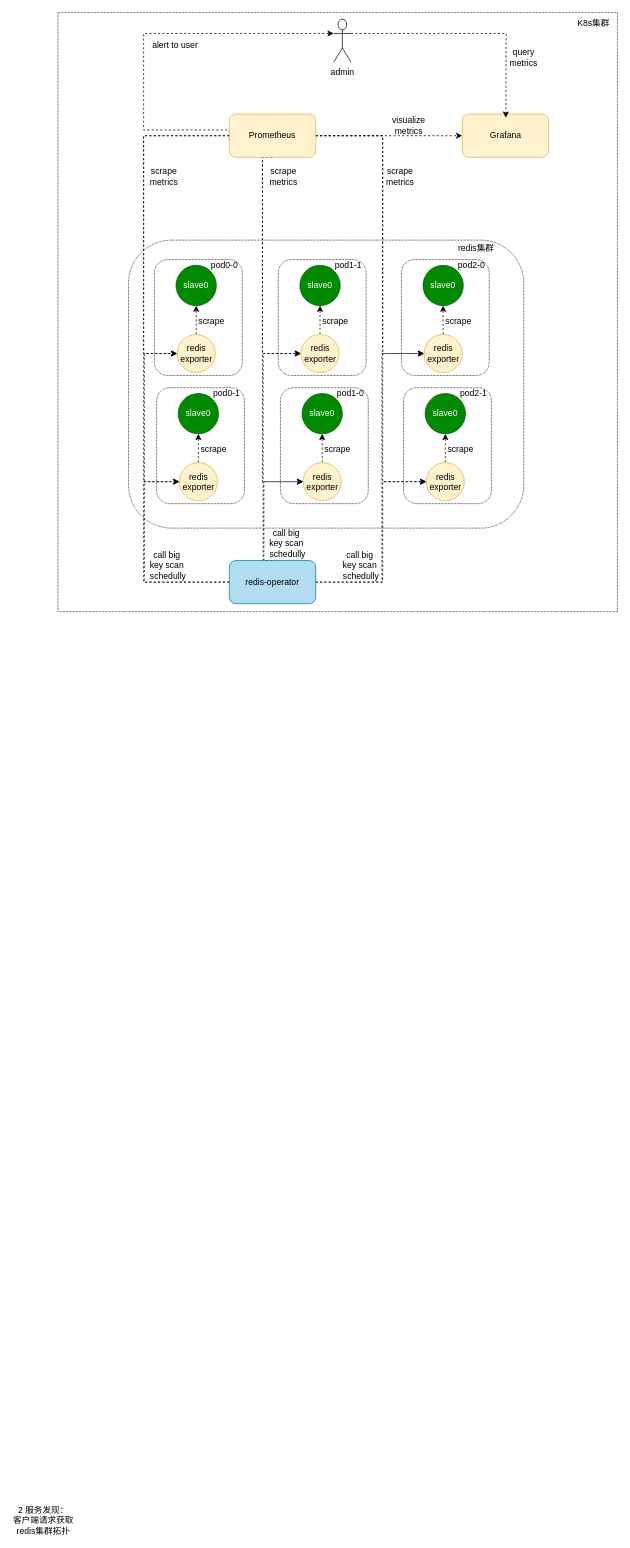
Earlier version of the draw.io diagram diagrams/ncr监控.drawio (fengyinqiao/cloudimg). Source tidied: cells renumbered, new cells numbered last; positions are measured from the earlier drawing's top-left corner, leaving out a move shared by most shapes. Both pictures are drawn from the tidied source at 72%, with x=0, y=0 at pixel (12, 12).
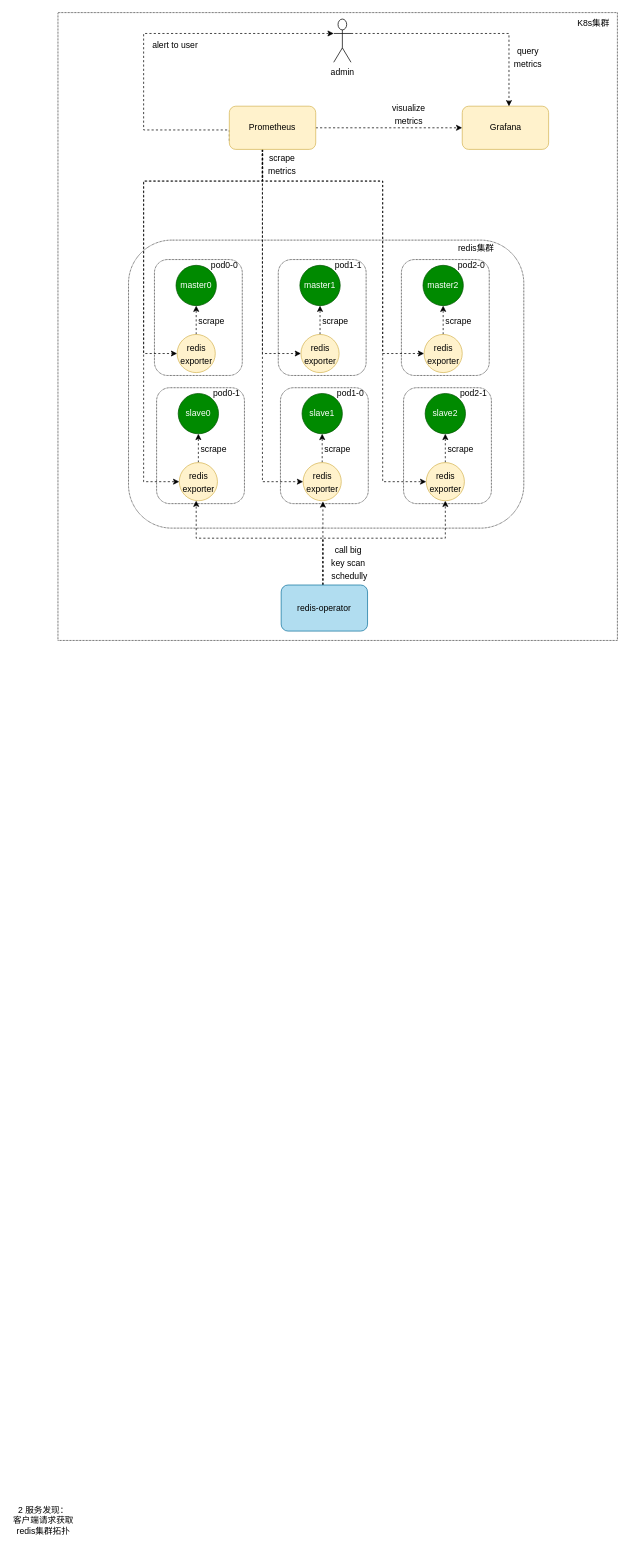
The same diagram, later.

Unchanged cells that the change refers to:
```xml
<mxCell id="69" value="admin" style="shape=umlActor;verticalLabelPosition=bottom;verticalAlign=top;html=1;outlineConnect=0;" parent="1" vertex="1">
  <mxGeometry x="446" y="9" width="24" height="60" as="geometry" />
</mxCell>
```

Diff of the diagram source:
```diff
@@
     <mxCell id="2" style="rounded=0;whiteSpace=wrap;html=1;fillColor=none;dashed=1;dashPattern=1 1;" parent="1" vertex="1">
-      <mxGeometry x="63" width="777" height="832" as="geometry" />
+      <mxGeometry x="63" width="777" height="872" as="geometry" />
     </mxCell>
@@
-    <mxCell id="7" style="edgeStyle=orthogonalEdgeStyle;rounded=0;jettySize=auto;html=1;exitX=0;exitY=0.5;exitDx=0;exitDy=0;entryX=0;entryY=0.5;entryDx=0;entryDy=0;dashed=1;" parent="1" edge="1" source="13" target="18">
+    <mxCell id="7" style="edgeStyle=orthogonalEdgeStyle;rounded=0;jettySize=auto;html=1;exitX=0.484;exitY=-0.003;exitDx=0;exitDy=0;dashed=1;exitPerimeter=0;" parent="1" edge="1" source="13" target="18">
       <mxGeometry relative="1" as="geometry">
         <Array as="points">
-          <mxPoint x="182" y="791" />
-          <mxPoint x="182" y="652" />
+          <mxPoint x="431" y="730" />
+          <mxPoint x="255" y="730" />
         </Array>
       </mxGeometry>
     </mxCell>
-    <mxCell id="8" style="edgeStyle=orthogonalEdgeStyle;rounded=0;jettySize=auto;html=1;exitX=0;exitY=0.5;exitDx=0;exitDy=0;entryX=0;entryY=0.5;entryDx=0;entryDy=0;dashed=1;" parent="1" edge="1" source="13" target="36">
-      <mxGeometry relative="1" as="geometry">
-        <Array as="points">
-          <mxPoint x="183" y="791" />
-          <mxPoint x="183" y="473" />
-        </Array>
-      </mxGeometry>
-    </mxCell>
-    <mxCell id="9" style="edgeStyle=orthogonalEdgeStyle;rounded=0;jettySize=auto;html=1;exitX=0.5;exitY=0;exitDx=0;exitDy=0;entryX=0;entryY=0.5;entryDx=0;entryDy=0;dashed=1;" parent="1" edge="1" source="13" target="42">
-      <mxGeometry relative="1" as="geometry">
-        <Array as="points">
-          <mxPoint x="348" y="761" />
-          <mxPoint x="348" y="474" />
-        </Array>
-      </mxGeometry>
-    </mxCell>
-    <mxCell id="10" style="edgeStyle=orthogonalEdgeStyle;rounded=0;jettySize=auto;html=1;exitX=0.5;exitY=0;exitDx=0;exitDy=0;entryX=0;entryY=0.5;entryDx=0;entryDy=0;dashed=1;" parent="1" edge="1" source="13" target="24">
+    <mxCell id="10" style="edgeStyle=orthogonalEdgeStyle;rounded=0;orthogonalLoop=1;jettySize=auto;html=1;dashed=1;" parent="1" edge="1">
       <mxGeometry relative="1" as="geometry">
+        <mxPoint x="431" y="795" as="sourcePoint" />
+        <mxPoint x="431" y="679" as="targetPoint" />
         <Array as="points">
-          <mxPoint x="349" y="761" />
-          <mxPoint x="349" y="652" />
+          <mxPoint x="431" y="795" />
         </Array>
       </mxGeometry>
     </mxCell>
-    <mxCell id="11" style="edgeStyle=orthogonalEdgeStyle;rounded=0;jettySize=auto;html=1;exitX=1;exitY=0.5;exitDx=0;exitDy=0;entryX=0;entryY=0.5;entryDx=0;entryDy=0;dashed=1;" parent="1" edge="1" source="13" target="30">
+    <mxCell id="11" style="edgeStyle=orthogonalEdgeStyle;rounded=0;jettySize=auto;html=1;exitX=0.482;exitY=-0.006;exitDx=0;exitDy=0;entryX=0.5;entryY=1;entryDx=0;entryDy=0;dashed=1;exitPerimeter=0;" parent="1" edge="1" source="13" target="30">
       <mxGeometry relative="1" as="geometry">
         <Array as="points">
-          <mxPoint x="514" y="791" />
-          <mxPoint x="514" y="652" />
+          <mxPoint x="431" y="730" />
+          <mxPoint x="601" y="730" />
         </Array>
       </mxGeometry>
     </mxCell>
-    <mxCell id="12" style="edgeStyle=orthogonalEdgeStyle;rounded=0;jettySize=auto;html=1;exitX=1;exitY=0.5;exitDx=0;exitDy=0;entryX=0;entryY=0.5;entryDx=0;entryDy=0;dashed=1;" parent="1" edge="1" source="13" target="47">
-      <mxGeometry relative="1" as="geometry">
-        <Array as="points">
-          <mxPoint x="513" y="791" />
-          <mxPoint x="513" y="474" />
-          <mxPoint x="571" y="474" />
-        </Array>
-      </mxGeometry>
-    </mxCell>
     <mxCell id="13" value="redis-operator" style="rounded=1;whiteSpace=wrap;html=1;fillColor=#b1ddf0;strokeColor=#10739e;" parent="1" vertex="1">
-      <mxGeometry x="301" y="761" width="120" height="60" as="geometry" />
+      <mxGeometry x="373" y="795" width="120" height="64" as="geometry" />
     </mxCell>
@@
-    <mxCell id="18" value="redis exporter" style="ellipse;whiteSpace=wrap;html=1;fillColor=#fff2cc;strokeColor=#d6b656;" parent="1" vertex="1">
+    <mxCell id="18" value="&lt;p style=&quot;line-height: 150%;&quot;&gt;redis exporter&lt;/p&gt;" style="ellipse;whiteSpace=wrap;html=1;fillColor=#fff2cc;strokeColor=#d6b656;" parent="1" vertex="1">
       <mxGeometry x="231.5" y="625" width="53" height="53" as="geometry" />
     </mxCell>
@@
-    <mxCell id="22" value="slave0" style="ellipse;whiteSpace=wrap;html=1;fillColor=#008a00;fontColor=#ffffff;strokeColor=#005700;" parent="1" vertex="1">
+    <mxCell id="22" value="slave1" style="ellipse;whiteSpace=wrap;html=1;fillColor=#008a00;fontColor=#ffffff;strokeColor=#005700;" parent="1" vertex="1">
       <mxGeometry x="402" y="529" width="56" height="56" as="geometry" />
     </mxCell>
@@
-    <mxCell id="24" value="redis exporter" style="ellipse;whiteSpace=wrap;html=1;fillColor=#fff2cc;strokeColor=#d6b656;" parent="1" vertex="1">
+    <mxCell id="24" value="&lt;p style=&quot;line-height: 150%;&quot;&gt;redis exporter&lt;/p&gt;" style="ellipse;whiteSpace=wrap;html=1;fillColor=#fff2cc;strokeColor=#d6b656;" parent="1" vertex="1">
       <mxGeometry x="403.5" y="625" width="53" height="53" as="geometry" />
     </mxCell>
@@
-    <mxCell id="28" value="slave0" style="ellipse;whiteSpace=wrap;html=1;fillColor=#008a00;fontColor=#ffffff;strokeColor=#005700;" parent="1" vertex="1">
+    <mxCell id="28" value="slave2" style="ellipse;whiteSpace=wrap;html=1;fillColor=#008a00;fontColor=#ffffff;strokeColor=#005700;" parent="1" vertex="1">
       <mxGeometry x="573" y="529" width="56" height="56" as="geometry" />
     </mxCell>
@@
-    <mxCell id="30" value="redis exporter" style="ellipse;whiteSpace=wrap;html=1;fillColor=#fff2cc;strokeColor=#d6b656;" parent="1" vertex="1">
+    <mxCell id="30" value="&lt;p style=&quot;line-height: 150%;&quot;&gt;redis exporter&lt;/p&gt;" style="ellipse;whiteSpace=wrap;html=1;fillColor=#fff2cc;strokeColor=#d6b656;" parent="1" vertex="1">
       <mxGeometry x="574.5" y="625" width="53" height="53" as="geometry" />
     </mxCell>
@@
-    <mxCell id="34" value="slave0" style="ellipse;whiteSpace=wrap;html=1;fillColor=#008a00;fontColor=#ffffff;strokeColor=#005700;" parent="1" vertex="1">
+    <mxCell id="34" value="master0" style="ellipse;whiteSpace=wrap;html=1;fillColor=#008a00;fontColor=#ffffff;strokeColor=#005700;" parent="1" vertex="1">
       <mxGeometry x="227" y="351" width="56" height="56" as="geometry" />
     </mxCell>
@@
-    <mxCell id="36" value="redis exporter" style="ellipse;whiteSpace=wrap;html=1;fillColor=#fff2cc;strokeColor=#d6b656;" parent="1" vertex="1">
+    <mxCell id="36" value="&lt;p style=&quot;line-height: 150%;&quot;&gt;redis exporter&lt;/p&gt;" style="ellipse;whiteSpace=wrap;html=1;fillColor=#fff2cc;strokeColor=#d6b656;" parent="1" vertex="1">
       <mxGeometry x="228.5" y="447" width="53" height="53" as="geometry" />
     </mxCell>
@@
-    <mxCell id="40" value="slave0" style="ellipse;whiteSpace=wrap;html=1;fillColor=#008a00;fontColor=#ffffff;strokeColor=#005700;" parent="1" vertex="1">
+    <mxCell id="40" value="master1" style="ellipse;whiteSpace=wrap;html=1;fillColor=#008a00;fontColor=#ffffff;strokeColor=#005700;" parent="1" vertex="1">
       <mxGeometry x="399" y="351" width="56" height="56" as="geometry" />
     </mxCell>
@@
-    <mxCell id="42" value="redis exporter" style="ellipse;whiteSpace=wrap;html=1;fillColor=#fff2cc;strokeColor=#d6b656;" parent="1" vertex="1">
+    <mxCell id="42" value="&lt;p style=&quot;line-height: 150%;&quot;&gt;redis exporter&lt;/p&gt;" style="ellipse;whiteSpace=wrap;html=1;fillColor=#fff2cc;strokeColor=#d6b656;" parent="1" vertex="1">
       <mxGeometry x="400.5" y="447" width="53" height="53" as="geometry" />
     </mxCell>
@@
-    <mxCell id="45" value="slave0" style="ellipse;whiteSpace=wrap;html=1;fillColor=#008a00;fontColor=#ffffff;strokeColor=#005700;" parent="1" vertex="1">
+    <mxCell id="45" value="master2" style="ellipse;whiteSpace=wrap;html=1;fillColor=#008a00;fontColor=#ffffff;strokeColor=#005700;" parent="1" vertex="1">
       <mxGeometry x="570" y="351" width="56" height="56" as="geometry" />
     </mxCell>
@@
-    <mxCell id="47" value="redis exporter" style="ellipse;whiteSpace=wrap;html=1;fillColor=#fff2cc;strokeColor=#d6b656;" parent="1" vertex="1">
+    <mxCell id="47" value="&lt;p style=&quot;line-height: 150%;&quot;&gt;redis exporter&lt;/p&gt;" style="ellipse;whiteSpace=wrap;html=1;fillColor=#fff2cc;strokeColor=#d6b656;" parent="1" vertex="1">
       <mxGeometry x="571.5" y="447" width="53" height="53" as="geometry" />
     </mxCell>
@@
-    <mxCell id="51" style="edgeStyle=orthogonalEdgeStyle;rounded=0;jettySize=auto;html=1;exitX=0;exitY=0.5;exitDx=0;exitDy=0;entryX=0;entryY=0.5;entryDx=0;entryDy=0;dashed=1;" parent="1" edge="1" source="59" target="36">
+    <mxCell id="51" style="edgeStyle=orthogonalEdgeStyle;rounded=0;jettySize=auto;html=1;exitX=0.38;exitY=1.007;exitDx=0;exitDy=0;entryX=0;entryY=0.5;entryDx=0;entryDy=0;dashed=1;exitPerimeter=0;" parent="1" edge="1" source="59" target="36">
       <mxGeometry relative="1" as="geometry">
         <Array as="points">
-          <mxPoint x="182" y="171" />
+          <mxPoint x="347" y="234" />
+          <mxPoint x="182" y="234" />
           <mxPoint x="182" y="474" />
         </Array>
       </mxGeometry>
     </mxCell>
-    <mxCell id="52" style="edgeStyle=orthogonalEdgeStyle;rounded=0;jettySize=auto;html=1;exitX=0;exitY=0.5;exitDx=0;exitDy=0;entryX=0;entryY=0.5;entryDx=0;entryDy=0;dashed=1;" parent="1" edge="1" source="59" target="18">
+    <mxCell id="52" style="edgeStyle=orthogonalEdgeStyle;rounded=0;jettySize=auto;html=1;exitX=0.383;exitY=1;exitDx=0;exitDy=0;entryX=0;entryY=0.5;entryDx=0;entryDy=0;dashed=1;exitPerimeter=0;" parent="1" edge="1" source="59" target="18">
       <mxGeometry relative="1" as="geometry">
         <Array as="points">
-          <mxPoint x="182" y="171" />
+          <mxPoint x="347" y="234" />
+          <mxPoint x="182" y="234" />
           <mxPoint x="182" y="652" />
         </Array>
       </mxGeometry>
     </mxCell>
-    <mxCell id="53" style="edgeStyle=orthogonalEdgeStyle;rounded=0;jettySize=auto;html=1;exitX=0.5;exitY=1;exitDx=0;exitDy=0;entryX=0;entryY=0.5;entryDx=0;entryDy=0;dashed=1;" parent="1" edge="1" source="59" target="24">
+    <mxCell id="53" style="edgeStyle=orthogonalEdgeStyle;rounded=0;jettySize=auto;html=1;exitX=0.383;exitY=1.001;exitDx=0;exitDy=0;entryX=0;entryY=0.5;entryDx=0;entryDy=0;dashed=1;exitPerimeter=0;" parent="1" edge="1" source="59" target="24">
       <mxGeometry relative="1" as="geometry">
         <Array as="points">
-          <mxPoint x="347" y="201" />
-          <mxPoint x="347" y="652" />
+          <mxPoint x="347" y="651" />
         </Array>
       </mxGeometry>
     </mxCell>
-    <mxCell id="54" style="edgeStyle=orthogonalEdgeStyle;rounded=0;jettySize=auto;html=1;exitX=0.5;exitY=1;exitDx=0;exitDy=0;entryX=0;entryY=0.5;entryDx=0;entryDy=0;dashed=1;" parent="1" edge="1" source="59" target="42">
+    <mxCell id="54" style="edgeStyle=orthogonalEdgeStyle;rounded=0;jettySize=auto;html=1;entryX=0;entryY=0.5;entryDx=0;entryDy=0;dashed=1;" parent="1" edge="1" target="42">
       <mxGeometry relative="1" as="geometry">
+        <mxPoint x="347" y="191" as="sourcePoint" />
         <Array as="points">
-          <mxPoint x="347" y="201" />
-          <mxPoint x="347" y="474" />
+          <mxPoint x="347" y="190" />
+          <mxPoint x="347" y="473" />
         </Array>
       </mxGeometry>
     </mxCell>
-    <mxCell id="55" style="edgeStyle=orthogonalEdgeStyle;rounded=0;jettySize=auto;html=1;exitX=1;exitY=0.5;exitDx=0;exitDy=0;entryX=0;entryY=0.5;entryDx=0;entryDy=0;dashed=1;" parent="1" edge="1" source="59" target="47">
+    <mxCell id="55" style="edgeStyle=orthogonalEdgeStyle;rounded=0;jettySize=auto;html=1;exitX=0.386;exitY=1.001;exitDx=0;exitDy=0;entryX=0;entryY=0.5;entryDx=0;entryDy=0;dashed=1;exitPerimeter=0;" parent="1" edge="1" source="59" target="47">
       <mxGeometry relative="1" as="geometry">
         <Array as="points">
-          <mxPoint x="514" y="171" />
-          <mxPoint x="514" y="474" />
+          <mxPoint x="347" y="234" />
+          <mxPoint x="514" y="234" />
+          <mxPoint x="514" y="473" />
         </Array>
       </mxGeometry>
     </mxCell>
-    <mxCell id="56" style="edgeStyle=orthogonalEdgeStyle;rounded=0;jettySize=auto;html=1;exitX=1;exitY=0.5;exitDx=0;exitDy=0;entryX=0;entryY=0.5;entryDx=0;entryDy=0;dashed=1;" parent="1" edge="1" source="59" target="30">
+    <mxCell id="56" style="edgeStyle=orthogonalEdgeStyle;rounded=0;jettySize=auto;html=1;exitX=0.386;exitY=1.001;exitDx=0;exitDy=0;entryX=0;entryY=0.5;entryDx=0;entryDy=0;dashed=1;exitPerimeter=0;" parent="1" edge="1" source="59" target="30">
       <mxGeometry relative="1" as="geometry">
         <Array as="points">
-          <mxPoint x="514" y="171" />
-          <mxPoint x="514" y="652" />
+          <mxPoint x="347" y="234" />
+          <mxPoint x="514" y="234" />
+          <mxPoint x="514" y="651" />
         </Array>
       </mxGeometry>
     </mxCell>
     <mxCell id="57" style="edgeStyle=orthogonalEdgeStyle;rounded=0;jettySize=auto;html=1;exitX=1;exitY=0.5;exitDx=0;exitDy=0;entryX=0;entryY=0.5;entryDx=0;entryDy=0;dashed=1;" parent="1" edge="1" source="59" target="60">
-      <mxGeometry relative="1" as="geometry" />
+      <mxGeometry relative="1" as="geometry">
+        <Array as="points">
+          <mxPoint x="449" y="160" />
+          <mxPoint x="449" y="160" />
+        </Array>
+      </mxGeometry>
     </mxCell>
@@
     <mxCell id="59" value="Prometheus" style="rounded=1;whiteSpace=wrap;html=1;fillColor=#fff2cc;strokeColor=#d6b656;" parent="1" vertex="1">
-      <mxGeometry x="301" y="141" width="120" height="60" as="geometry" />
+      <mxGeometry x="301" y="130" width="120" height="60" as="geometry" />
     </mxCell>
     <mxCell id="60" value="Grafana" style="rounded=1;whiteSpace=wrap;html=1;fillColor=#fff2cc;strokeColor=#d6b656;" parent="1" vertex="1">
-      <mxGeometry x="624.5" y="141" width="120" height="60" as="geometry" />
+      <mxGeometry x="624.5" y="130" width="120" height="60" as="geometry" />
     </mxCell>
-    <mxCell id="61" value="scrape&lt;br&gt;metrics" style="text;html=1;strokeColor=none;fillColor=none;align=center;verticalAlign=middle;whiteSpace=wrap;rounded=0;" parent="1" vertex="1">
-      <mxGeometry x="186" y="218" width="49" height="20" as="geometry" />
-    </mxCell>
-    <mxCell id="62" value="scrape&lt;br&gt;metrics" style="text;html=1;strokeColor=none;fillColor=none;align=center;verticalAlign=middle;whiteSpace=wrap;rounded=0;" parent="1" vertex="1">
-      <mxGeometry x="351.5" y="218" width="49" height="20" as="geometry" />
+    <mxCell id="62" value="&lt;p style=&quot;line-height: 150%;&quot;&gt;scrape&lt;br&gt;metrics&lt;/p&gt;" style="text;html=1;strokeColor=none;fillColor=none;align=center;verticalAlign=middle;whiteSpace=wrap;rounded=0;" parent="1" vertex="1">
+      <mxGeometry x="350" y="201" width="49" height="20" as="geometry" />
     </mxCell>
-    <mxCell id="63" value="scrape&lt;br&gt;metrics" style="text;html=1;strokeColor=none;fillColor=none;align=center;verticalAlign=middle;whiteSpace=wrap;rounded=0;" parent="1" vertex="1">
-      <mxGeometry x="514" y="218" width="49" height="20" as="geometry" />
-    </mxCell>
-    <mxCell id="64" value="visualize&lt;br&gt;metrics" style="text;html=1;strokeColor=none;fillColor=none;align=center;verticalAlign=middle;whiteSpace=wrap;rounded=0;" parent="1" vertex="1">
-      <mxGeometry x="525.5" y="147" width="49" height="20" as="geometry" />
+    <mxCell id="64" value="&lt;p style=&quot;line-height: 150%;&quot;&gt;visualize&lt;br&gt;metrics&lt;/p&gt;" style="text;html=1;strokeColor=none;fillColor=none;align=center;verticalAlign=middle;whiteSpace=wrap;rounded=0;" parent="1" vertex="1">
+      <mxGeometry x="525.5" y="131" width="49" height="20" as="geometry" />
     </mxCell>
-    <mxCell id="65" value="call&amp;nbsp;big key scan&lt;br&gt;&amp;nbsp;schedully" style="text;html=1;strokeColor=none;fillColor=none;align=center;verticalAlign=middle;whiteSpace=wrap;rounded=0;" parent="1" vertex="1">
-      <mxGeometry x="351.5" y="731" width="56.5" height="14" as="geometry" />
-    </mxCell>
-    <mxCell id="66" value="call&amp;nbsp;big key scan&lt;br&gt;&amp;nbsp;schedully" style="text;html=1;strokeColor=none;fillColor=none;align=center;verticalAlign=middle;whiteSpace=wrap;rounded=0;" parent="1" vertex="1">
-      <mxGeometry x="186" y="761" width="56.5" height="14" as="geometry" />
+    <mxCell id="66" value="&lt;p style=&quot;line-height: 150%;&quot;&gt;call&amp;nbsp;big key scan&lt;br&gt;&amp;nbsp;schedully&lt;/p&gt;" style="text;html=1;strokeColor=none;fillColor=none;align=center;verticalAlign=middle;whiteSpace=wrap;rounded=0;" parent="1" vertex="1">
+      <mxGeometry x="438" y="755" width="56.5" height="18" as="geometry" />
     </mxCell>
-    <mxCell id="67" value="call&amp;nbsp;big key scan&lt;br&gt;&amp;nbsp;schedully" style="text;html=1;strokeColor=none;fillColor=none;align=center;verticalAlign=middle;whiteSpace=wrap;rounded=0;" parent="1" vertex="1">
-      <mxGeometry x="453.5" y="761" width="56.5" height="14" as="geometry" />
-    </mxCell>
-    <mxCell id="68" style="edgeStyle=orthogonalEdgeStyle;rounded=0;jettySize=auto;html=1;exitX=1;exitY=0.3333333333333333;exitDx=0;exitDy=0;exitPerimeter=0;dashed=1;" parent="1" edge="1" source="69">
-      <mxGeometry relative="1" as="geometry">
-        <mxPoint x="685" y="146" as="targetPoint" />
-      </mxGeometry>
+    <mxCell id="68" style="edgeStyle=orthogonalEdgeStyle;rounded=0;jettySize=auto;html=1;exitX=1;exitY=0.3333333333333333;exitDx=0;exitDy=0;exitPerimeter=0;dashed=1;entryX=0.541;entryY=0.003;entryDx=0;entryDy=0;entryPerimeter=0;" parent="1" edge="1" source="69" target="60">
+      <mxGeometry relative="1" as="geometry" />
     </mxCell>
@@
-    <mxCell id="70" value="query&lt;br&gt;metrics" style="text;html=1;strokeColor=none;fillColor=none;align=center;verticalAlign=middle;whiteSpace=wrap;rounded=0;" parent="1" vertex="1">
-      <mxGeometry x="680" y="47" width="60" height="30" as="geometry" />
+    <mxCell id="70" value="&lt;p style=&quot;line-height: 150%;&quot;&gt;query&lt;br&gt;metrics&lt;/p&gt;" style="text;html=1;strokeColor=none;fillColor=none;align=center;verticalAlign=middle;whiteSpace=wrap;rounded=0;" parent="1" vertex="1">
+      <mxGeometry x="686" y="47" width="60" height="30" as="geometry" />
     </mxCell>
```
